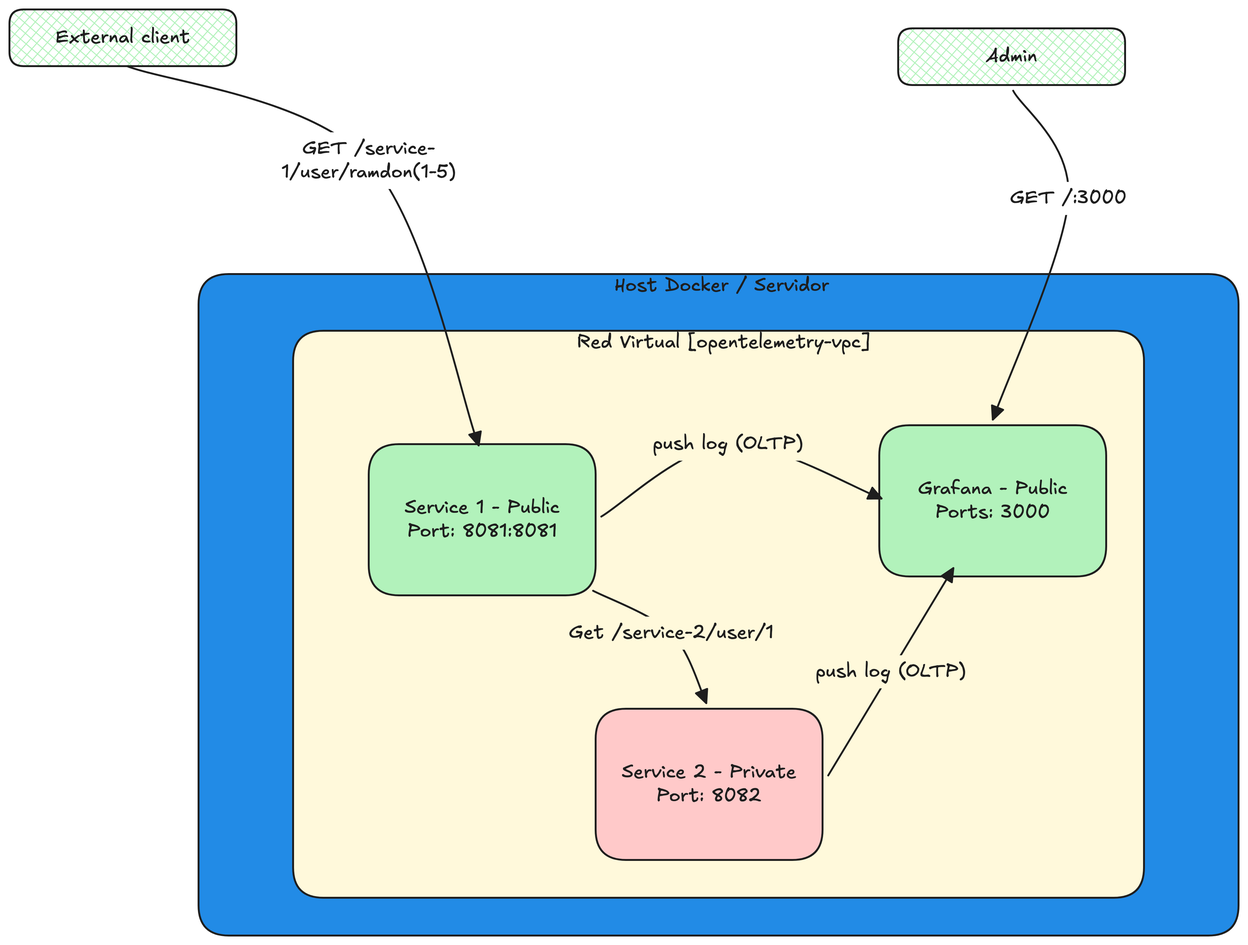
Erwin17/spring-boot-opentelemetry-grafana-otel-lgtm keeps this Excalidraw diagram as ima_1.png. Above is the earlier version. Source tidied: one line per element, renumbered; positions are measured from the earlier drawing's top-left corner, leaving out a move shared by most shapes.
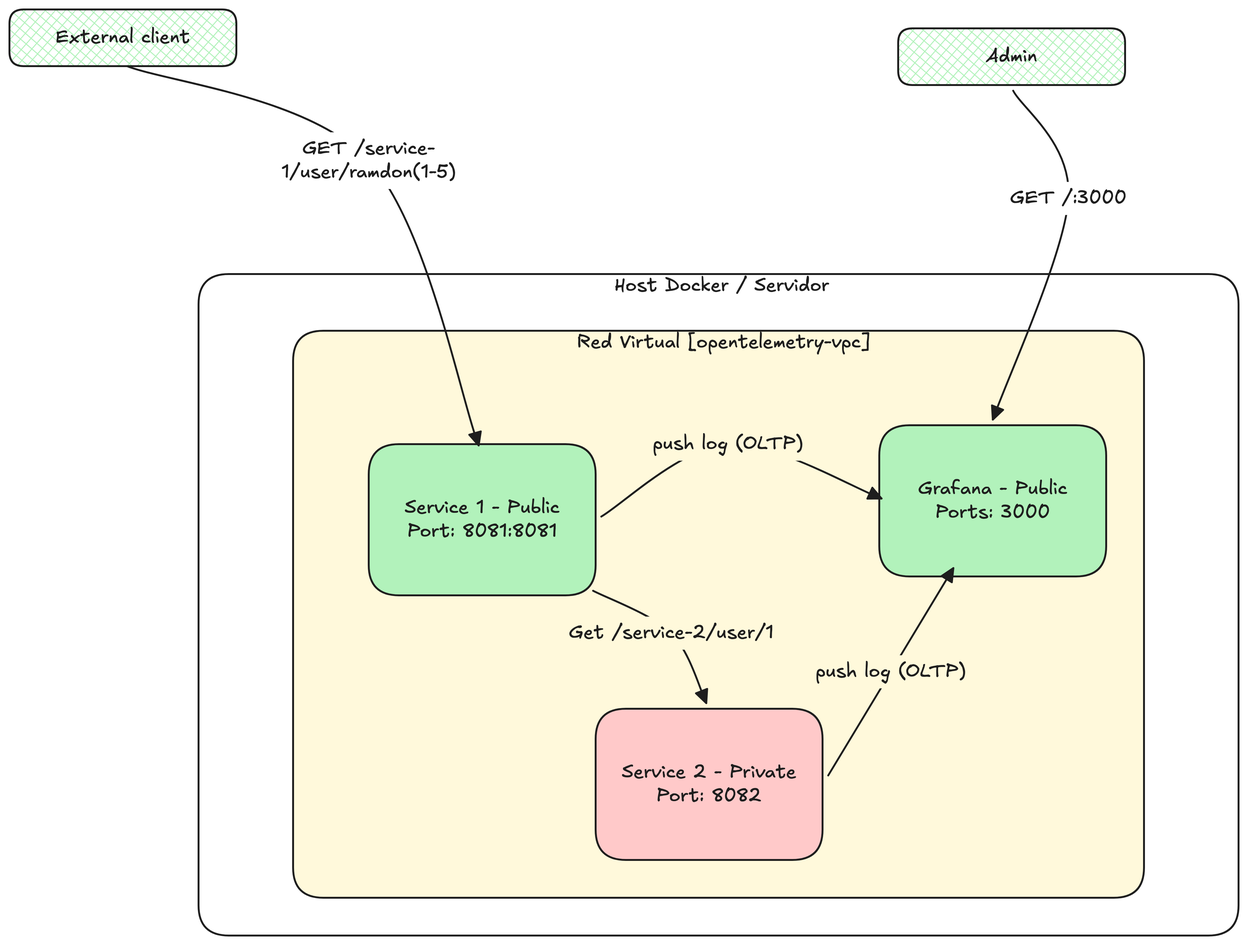
The same diagram one commit later.

What changed in the source:
```diff
@@ -1,4 +1,4 @@
-{"id": 0, "type": "rectangle", "strokeColor": "#1e1e1e", "backgroundColor": "#228be6", "fillStyle": "solid", "strokeWidth": 2, "roughness": 0, "round": true, "x": 200, "y": 280, "width": 1100, "height": 700}
+{"id": 0, "type": "rectangle", "strokeColor": "#1e1e1e", "strokeWidth": 2, "roughness": 0, "round": true, "x": 200, "y": 280, "width": 1100, "height": 700}
 {"id": 1, "type": "text", "text": "Host Docker / Servidor", "strokeColor": "#1e1e1e", "strokeWidth": 2, "roughness": 0, "fontSize": 20, "fontFamily": 5, "textAlign": "center", "x": 640, "y": 280, "width": 227, "height": 25}
 {"id": 2, "type": "rectangle", "strokeColor": "#1e1e1e", "backgroundColor": "#fff9db", "fillStyle": "solid", "strokeWidth": 2, "roughness": 0, "round": true, "x": 300, "y": 340, "width": 900, "height": 600}
 {"id": 3, "type": "text", "text": "Red Virtual [opentelemetry-vpc]", "strokeColor": "#1e1e1e", "strokeWidth": 2, "roughness": 0, "fontSize": 20, "fontFamily": 5, "textAlign": "center", "x": 600, "y": 340, "width": 310, "height": 25}
```
